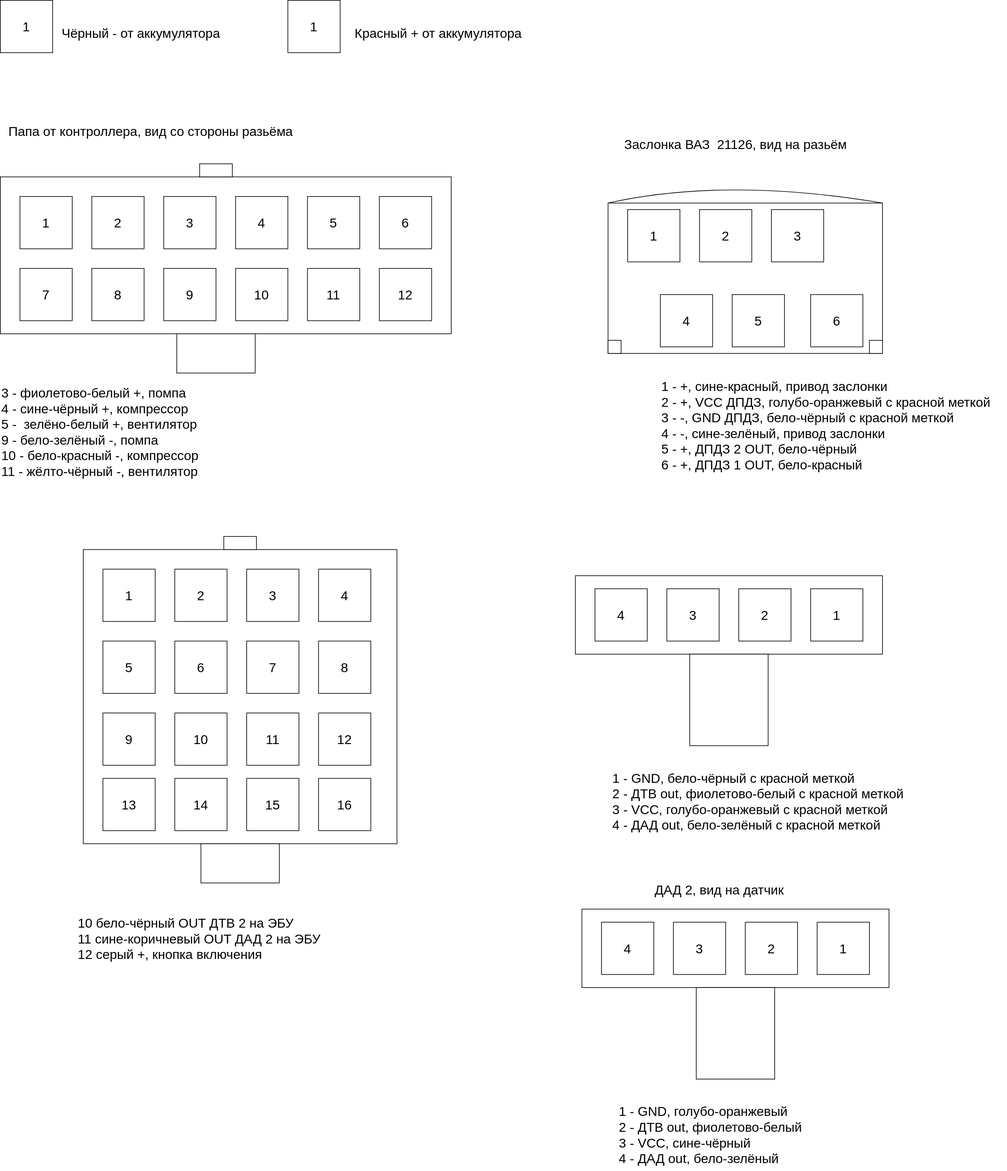
kak-tus/compressor keeps this draw.io diagram as connector_scheme.drawio.svg. Above is the earlier version. Source tidied: cells renumbered, new cells last; positions are measured from the earlier drawing's top-left corner, leaving out a move shared by most shapes.
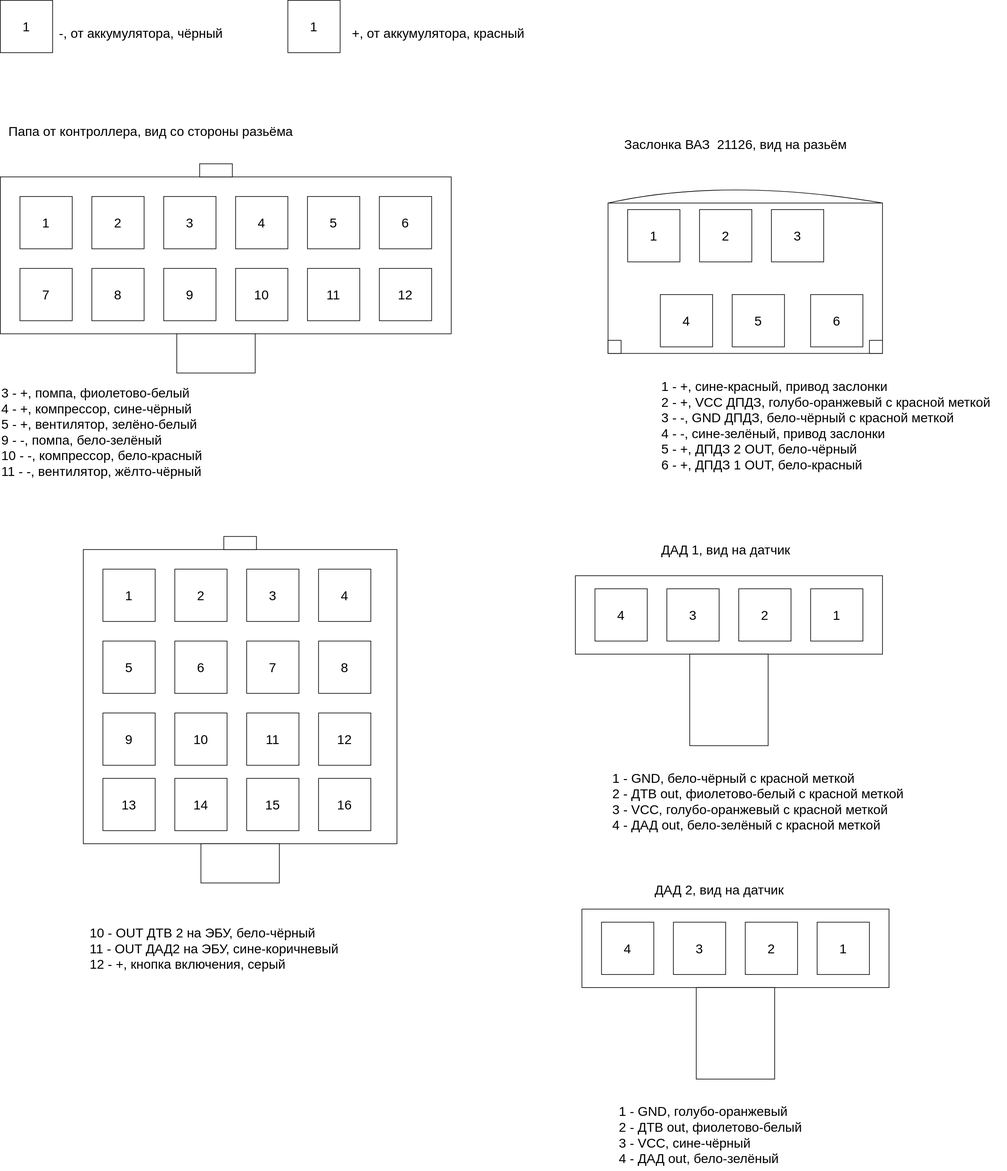
The same file after the commit.

Change to the diagram source:
```diff
@@ -60,7 +60,7 @@
     <mxCell id="19" value="Папа от контроллера, вид со стороны разьёма" style="text;html=1;align=center;verticalAlign=middle;strokeColor=none;fillColor=none;fontSize=20;" parent="1" vertex="1">
       <mxGeometry y="180" width="460" height="40" as="geometry" />
     </mxCell>
-    <mxCell id="20" value="3 - фиолетово-белый +, помпа&lt;br&gt;4 - сине-чёрный +, компрессор&lt;br&gt;5 -&amp;nbsp; зелёно-белый +, вентилятор&lt;br&gt;9 - бело-зелёный -, помпа&lt;br&gt;10 - бело-красный -, компрессор&lt;br&gt;11 - жёлто-чёрный -, вентилятор" style="text;html=1;align=left;verticalAlign=middle;strokeColor=none;fillColor=none;fontSize=20;" parent="1" vertex="1">
+    <mxCell id="20" value="3 - +, помпа,&amp;nbsp;фиолетово-белый&lt;br&gt;4 - +, компрессор, сине-чёрный&lt;br&gt;5 - +, вентилятор, зелёно-белый&lt;br&gt;9 - -, помпа, бело-зелёный&lt;br&gt;10 - -, компрессор, бело-красный&lt;br&gt;11 - -, вентилятор, жёлто-чёрный" style="text;html=1;align=left;verticalAlign=middle;strokeColor=none;fillColor=none;fontSize=20;" parent="1" vertex="1">
       <mxGeometry y="580" width="330" height="160" as="geometry" />
     </mxCell>
     <mxCell id="21" style="rounded=0;whiteSpace=wrap;html=1;fontSize=20;" parent="1" vertex="1">
@@ -126,15 +126,12 @@
     <mxCell id="41" value="1" style="whiteSpace=wrap;html=1;fontSize=20;" parent="1" vertex="1">
       <mxGeometry x="440" width="80" height="80" as="geometry" />
     </mxCell>
-    <mxCell id="42" value="Красный + от аккумулятора" style="text;html=1;align=center;verticalAlign=middle;strokeColor=none;fillColor=none;fontSize=20;" parent="1" vertex="1">
-      <mxGeometry x="530" y="30" width="280" height="40" as="geometry" />
+    <mxCell id="42" value="+, от аккумулятора, красный" style="text;html=1;align=center;verticalAlign=middle;strokeColor=none;fillColor=none;fontSize=20;" parent="1" vertex="1">
+      <mxGeometry x="525" y="30" width="290" height="40" as="geometry" />
     </mxCell>
-    <mxCell id="43" value="Чёрный - от аккумулятора" style="text;html=1;align=center;verticalAlign=middle;strokeColor=none;fillColor=none;fontSize=20;" parent="1" vertex="1">
+    <mxCell id="43" value="-, от аккумулятора, чёрный" style="text;html=1;align=center;verticalAlign=middle;strokeColor=none;fillColor=none;fontSize=20;" parent="1" vertex="1">
       <mxGeometry x="80" y="30" width="270" height="40" as="geometry" />
     </mxCell>
-    <mxCell id="44" value="10 бело-чёрный OUT ДТВ 2 на ЭБУ&lt;br&gt;&lt;div style=&quot;&quot;&gt;&lt;span style=&quot;background-color: initial;&quot;&gt;11 сине-коричневый OUT ДАД 2 на ЭБУ&lt;/span&gt;&lt;/div&gt;&lt;div style=&quot;&quot;&gt;&lt;span style=&quot;background-color: initial;&quot;&gt;12 серый +, кнопка включения&lt;/span&gt;&lt;/div&gt;" style="text;html=1;align=left;verticalAlign=middle;strokeColor=none;fillColor=none;fontSize=20;fontFamily=Helvetica;fontColor=default;" parent="1" vertex="1">
-      <mxGeometry x="117" y="1390" width="390" height="90" as="geometry" />
-    </mxCell>
     <mxCell id="45" value="4" style="whiteSpace=wrap;html=1;fontSize=20;" parent="1" vertex="1">
       <mxGeometry x="1010" y="450" width="80" height="80" as="geometry" />
     </mxCell>
@@ -210,5 +207,11 @@
     <mxCell id="69" style="rounded=0;whiteSpace=wrap;html=1;" parent="1" vertex="1">
       <mxGeometry x="1065" y="1510" width="120" height="140" as="geometry" />
     </mxCell>
+    <mxCell id="70" value="&lt;font style=&quot;font-size: 20px;&quot;&gt;ДАД 1, вид на датчик&lt;/font&gt;" style="text;html=1;align=center;verticalAlign=middle;strokeColor=none;fillColor=none;" parent="1" vertex="1">
+      <mxGeometry x="1000" y="820" width="220" height="40" as="geometry" />
+    </mxCell>
+    <mxCell id="71" value="&lt;div style=&quot;text-align: left; font-size: 20px;&quot;&gt;&lt;span style=&quot;background-color: initial; font-size: 20px;&quot;&gt;10 - OUT ДТВ 2 на ЭБУ, бело-чёрный&lt;/span&gt;&lt;/div&gt;&lt;div style=&quot;text-align: left; font-size: 20px;&quot;&gt;&lt;span style=&quot;background-color: initial; font-size: 20px;&quot;&gt;11 - OUT ДАД2 на ЭБУ, сине-коричневый&lt;/span&gt;&lt;/div&gt;&lt;div style=&quot;text-align: left; font-size: 20px;&quot;&gt;&lt;span style=&quot;background-color: initial; font-size: 20px;&quot;&gt;12 - +, кнопка включения, серый&lt;/span&gt;&lt;/div&gt;" style="text;html=1;align=center;verticalAlign=middle;strokeColor=none;fillColor=none;fontSize=20;" parent="1" vertex="1">
+      <mxGeometry x="127" y="1405" width="400" height="90" as="geometry" />
+    </mxCell>
   </root>
 </mxGraphModel>
```
